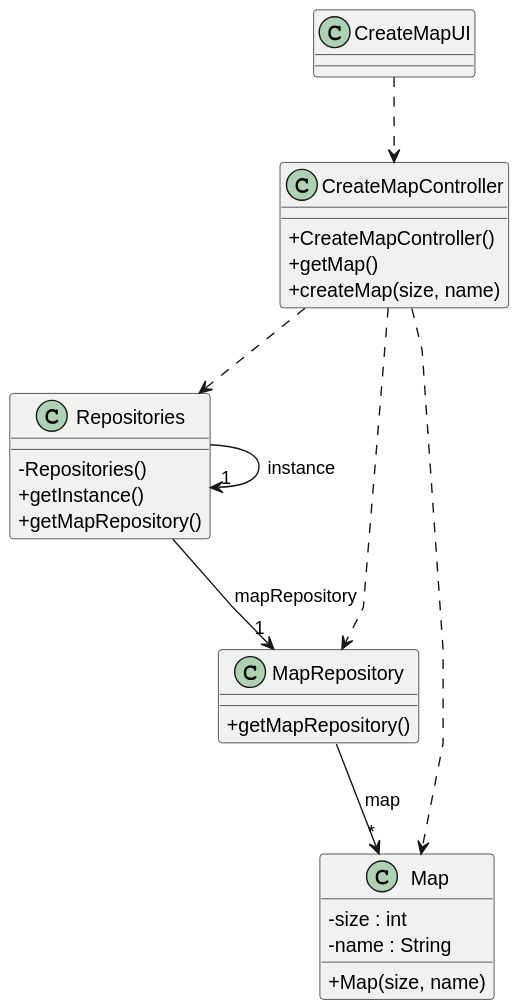
The PlantUML diagram Sprint2/US001/03.design/svg/US001-CD.svg in 1240935/pi2-railway-simulator, before a commit.
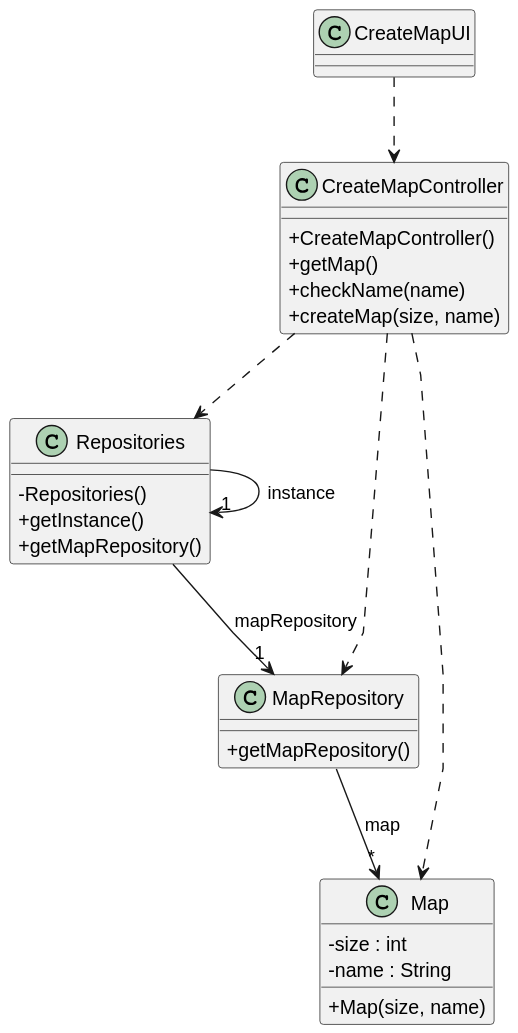
The same diagram one commit later.

The edit, as a diff of the source:
```diff
@@ -14,6 +14,7 @@
 class CreateMapController {
   +CreateMapController()
   +getMap()
+  +checkName(name)
   +createMap(size, name)
 }
 
```
